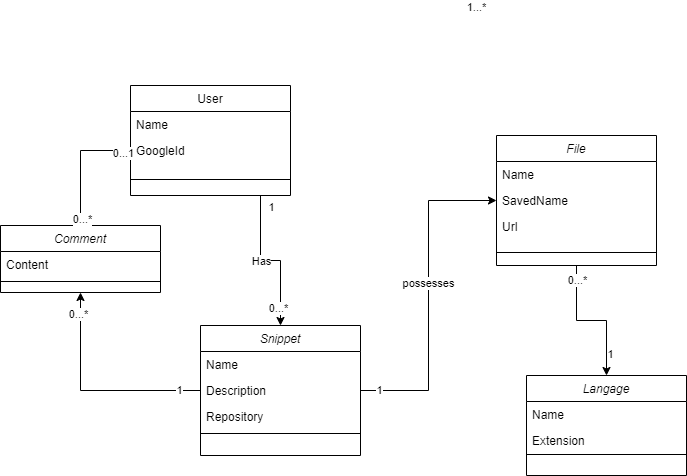
Above: diagramme.png in Diuxx/github-like (draw.io), before the change. Source tidied: cells renumbered, new cells last; positions are measured from the earlier drawing's top-left corner, leaving out a move shared by most shapes.
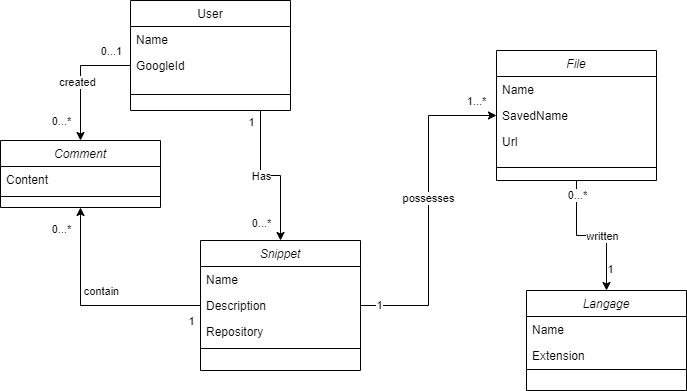
The same diagram one commit later.

The edit, as a diff of the source:
```diff
@@ -31,11 +31,13 @@
       </mxGeometry>
     </mxCell>
     <mxCell id="9" value="0...*" style="edgeLabel;html=1;align=center;verticalAlign=middle;" parent="7" vertex="1">
-      <mxGeometry x="0.76" y="-3" relative="1" as="geometry" />
+      <mxGeometry x="0.76" y="-3" relative="1" as="geometry">
+        <mxPoint x="-17" as="offset" />
+      </mxGeometry>
     </mxCell>
     <mxCell id="10" value="1" style="edgeLabel;html=1;align=center;verticalAlign=middle;" parent="7" vertex="1">
       <mxGeometry x="-0.86" y="-2" relative="1" as="geometry">
-        <mxPoint x="12" as="offset" />
+        <mxPoint x="-8" as="offset" />
       </mxGeometry>
     </mxCell>
     <mxCell id="11" value="User" style="swimlane;fontStyle=0;align=center;verticalAlign=top;horizontal=1;startSize=26;rounded=0;shadow=0;strokeWidth=1;" parent="1" vertex="1">
@@ -59,6 +61,9 @@
     <mxCell id="17" value="0...*" style="edgeLabel;html=1;align=center;verticalAlign=middle;" parent="15" vertex="1">
       <mxGeometry x="-0.8" relative="1" as="geometry" />
     </mxCell>
+    <mxCell id="40" value="written" style="edgeLabel;html=1;align=center;verticalAlign=middle;" parent="15" vertex="1">
+      <mxGeometry x="0.14" relative="1" as="geometry" />
+    </mxCell>
     <mxCell id="18" value="File" style="swimlane;fontStyle=2;align=center;verticalAlign=top;horizontal=1;startSize=26;rounded=0;shadow=0;strokeWidth=1;" parent="1" vertex="1">
       <mxGeometry x="496" y="50" width="160" height="130" as="geometry" />
     </mxCell>
@@ -91,7 +96,7 @@
     </mxCell>
     <mxCell id="28" value="1...*" style="edgeLabel;html=1;align=center;verticalAlign=middle;" parent="27" vertex="1">
       <mxGeometry x="0.71" y="4" relative="1" as="geometry">
-        <mxPoint x="26" y="-190" as="offset" />
+        <mxPoint x="26" y="-11" as="offset" />
       </mxGeometry>
     </mxCell>
     <mxCell id="29" value="1" style="edgeLabel;html=1;align=center;verticalAlign=middle;" parent="27" vertex="1">
@@ -113,19 +118,35 @@
       <mxGeometry relative="1" as="geometry" />
     </mxCell>
     <mxCell id="35" value="0...*" style="edgeLabel;html=1;align=center;verticalAlign=middle;" parent="34" vertex="1">
-      <mxGeometry x="0.89" y="1" relative="1" as="geometry" />
+      <mxGeometry x="0.89" y="1" relative="1" as="geometry">
+        <mxPoint x="-21" y="-13" as="offset" />
+      </mxGeometry>
     </mxCell>
     <mxCell id="36" value="0...1" style="edgeLabel;html=1;align=center;verticalAlign=middle;" parent="34" vertex="1">
-      <mxGeometry x="-0.87" y="2" relative="1" as="geometry" />
+      <mxGeometry x="-0.87" y="2" relative="1" as="geometry">
+        <mxPoint x="-12" y="-17" as="offset" />
+      </mxGeometry>
     </mxCell>
+    <mxCell id="41" value="created" style="edgeLabel;html=1;align=center;verticalAlign=middle;" parent="34" vertex="1">
+      <mxGeometry x="0.06" y="-4" relative="1" as="geometry" />
+    </mxCell>
     <mxCell id="37" style="edgeStyle=orthogonalEdgeStyle;rounded=0;jettySize=auto;html=1;entryX=0.5;entryY=1;entryDx=0;entryDy=0;" parent="1" edge="1" source="4" target="31">
       <mxGeometry relative="1" as="geometry" />
     </mxCell>
     <mxCell id="38" value="0...*" style="edgeLabel;html=1;align=center;verticalAlign=middle;" parent="37" vertex="1">
-      <mxGeometry x="0.81" y="3" relative="1" as="geometry" />
+      <mxGeometry x="0.81" y="3" relative="1" as="geometry">
+        <mxPoint x="-17" as="offset" />
+      </mxGeometry>
     </mxCell>
     <mxCell id="39" value="1" style="edgeLabel;html=1;align=center;verticalAlign=middle;" parent="37" vertex="1">
-      <mxGeometry x="-0.8" y="-1" relative="1" as="geometry" />
+      <mxGeometry x="-0.8" y="-1" relative="1" as="geometry">
+        <mxPoint x="12" y="16" as="offset" />
+      </mxGeometry>
     </mxCell>
+    <mxCell id="42" value="contain" style="edgeLabel;html=1;align=center;verticalAlign=middle;" parent="37" vertex="1">
+      <mxGeometry x="-0.03" relative="1" as="geometry">
+        <mxPoint x="6" y="-15" as="offset" />
+      </mxGeometry>
+    </mxCell>
   </root>
 </mxGraphModel>
```
